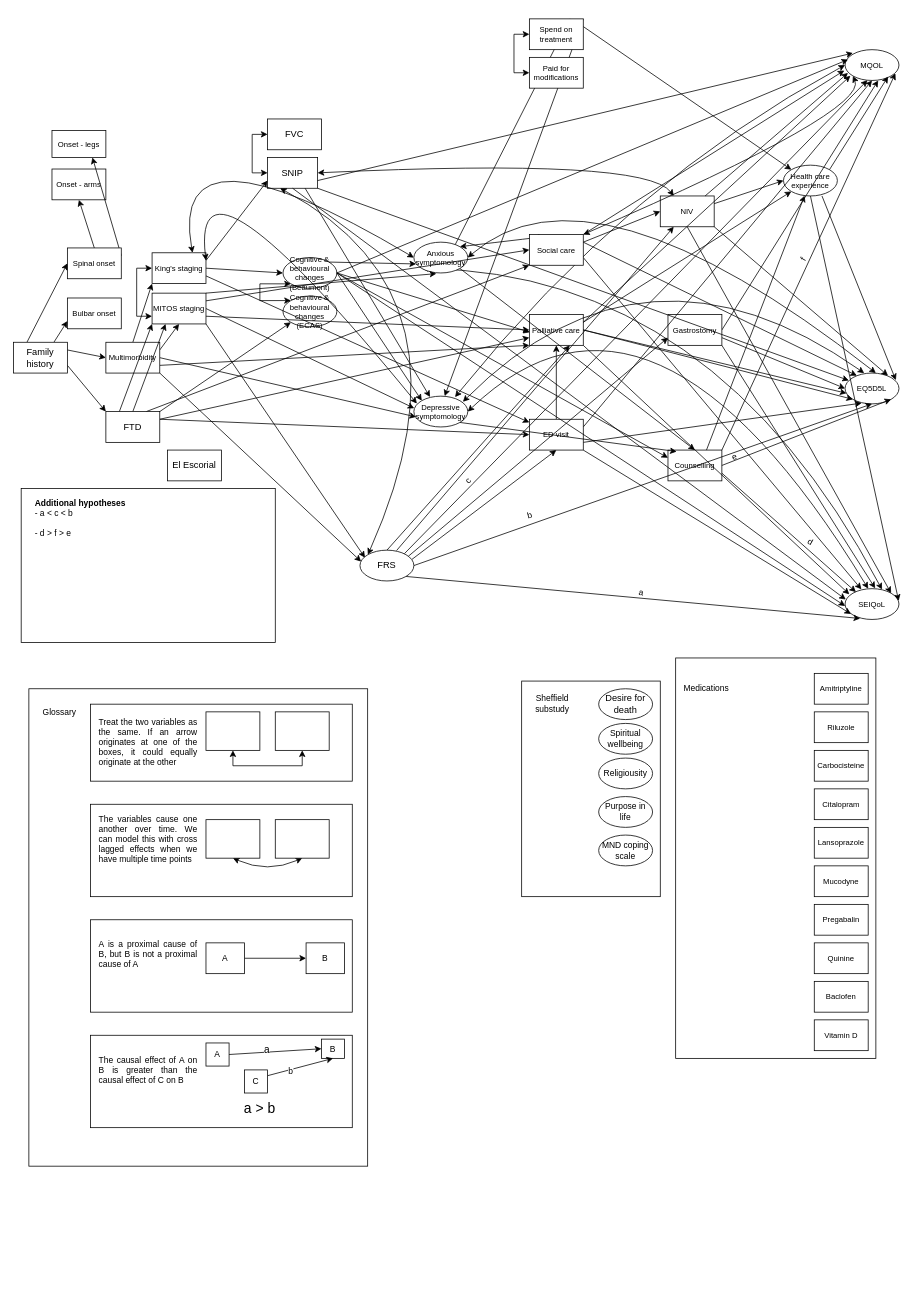
Above: QoL DAG.drawio in weinerrb/QualityOfLife (draw.io), before the change. Source tidied: cells renumbered, new cells numbered last; positions are measured from the earlier drawing's top-left corner, leaving out a move shared by most shapes. Both pictures are drawn from the tidied source at 77%, with x=0, y=0 at pixel (13, 18).
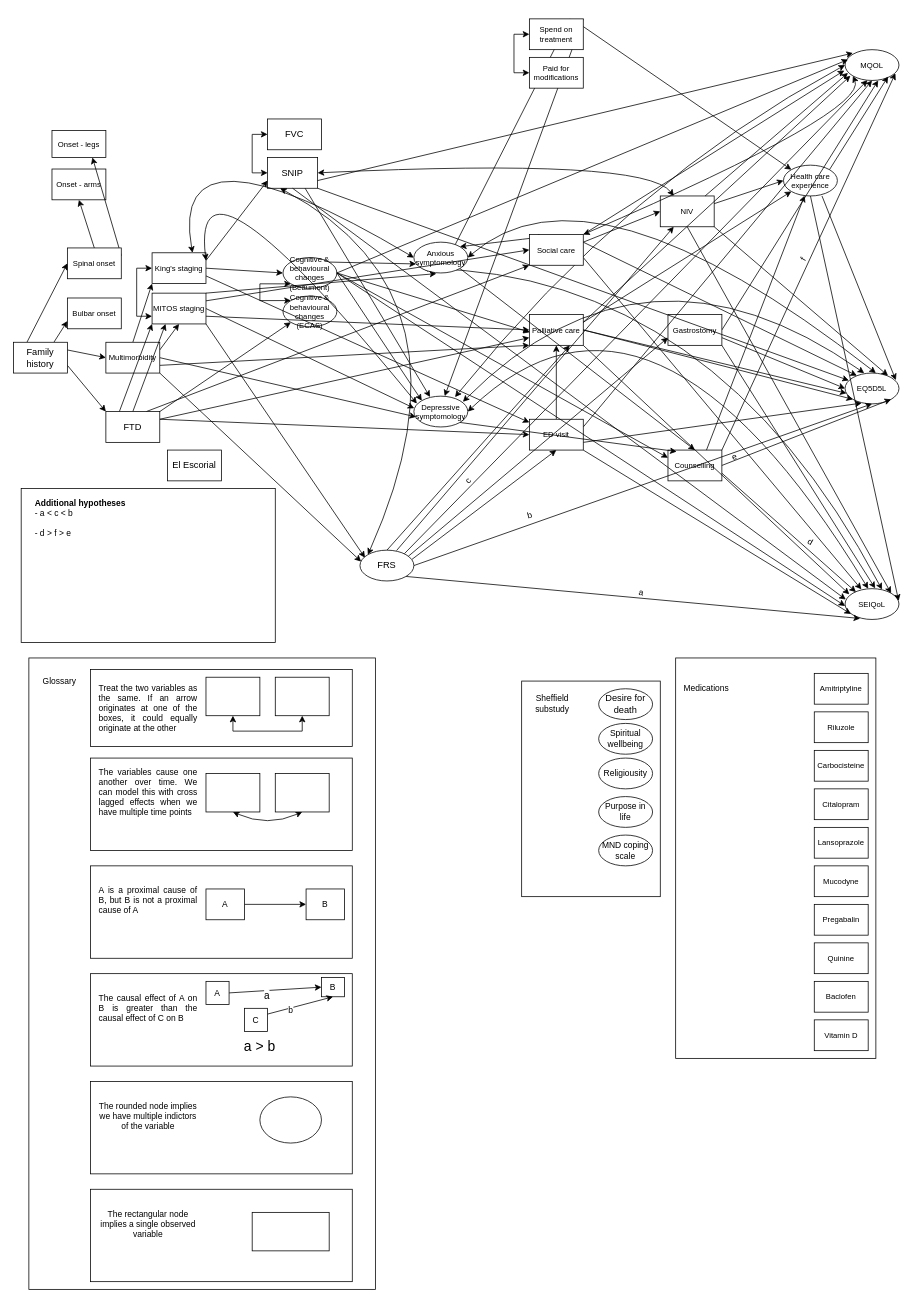
After the change.

Unchanged cells that the change refers to:
```xml
<mxCell id="156" style="edgeStyle=none;shape=connector;jettySize=auto;html=1;exitX=1;exitY=0.5;exitDx=0;exitDy=0;entryX=0;entryY=0.5;entryDx=0;entryDy=0;labelBackgroundColor=default;strokeColor=default;fontFamily=Helvetica;fontSize=11;fontColor=default;endArrow=classic;startArrow=none;startFill=0;rounded=0;" parent="1" edge="1" source="158" target="159">
  <mxGeometry relative="1" as="geometry" />
</mxCell>
```

Change to the diagram source:
```diff
@@
     <mxCell id="138" style="rounded=0;whiteSpace=wrap;html=1;fontFamily=Helvetica;fontSize=11;fontColor=default;" parent="1" vertex="1">
-      <mxGeometry x="20" y="870" width="440" height="620" as="geometry" />
+      <mxGeometry x="20" y="830" width="450" height="820" as="geometry" />
     </mxCell>
     <mxCell id="139" value="Glossary" style="text;html=1;strokeColor=none;fillColor=none;align=center;verticalAlign=middle;whiteSpace=wrap;rounded=0;fontSize=11;fontFamily=Helvetica;fontColor=default;" parent="1" vertex="1">
-      <mxGeometry x="30" y="885" width="60" height="30" as="geometry" />
+      <mxGeometry x="30" y="845" width="60" height="30" as="geometry" />
     </mxCell>
     <mxCell id="140" style="rounded=0;whiteSpace=wrap;html=1;fontFamily=Helvetica;fontSize=11;fontColor=default;" parent="1" vertex="1">
-      <mxGeometry x="100" y="890" width="340" height="100" as="geometry" />
+      <mxGeometry x="100" y="845" width="340" height="100" as="geometry" />
     </mxCell>
@@
     <mxCell id="142" style="rounded=0;whiteSpace=wrap;html=1;fontFamily=Helvetica;fontSize=11;fontColor=default;" parent="1" vertex="1">
-      <mxGeometry x="250" y="900" width="70" height="50" as="geometry" />
+      <mxGeometry x="250" y="855" width="70" height="50" as="geometry" />
     </mxCell>
     <mxCell id="143" style="rounded=0;whiteSpace=wrap;html=1;fontFamily=Helvetica;fontSize=11;fontColor=default;" parent="1" vertex="1">
-      <mxGeometry x="340" y="900" width="70" height="50" as="geometry" />
+      <mxGeometry x="340" y="855" width="70" height="50" as="geometry" />
     </mxCell>
     <mxCell id="144" value="&lt;div align=&quot;justify&quot;&gt;Treat the two variables as the same. If an arrow originates at one of the boxes, it could equally originate at the other&lt;/div&gt;" style="text;html=1;strokeColor=none;fillColor=none;align=center;verticalAlign=middle;whiteSpace=wrap;rounded=0;fontSize=11;fontFamily=Helvetica;fontColor=default;" parent="1" vertex="1">
-      <mxGeometry x="110" y="890" width="130" height="100" as="geometry" />
+      <mxGeometry x="110" y="845" width="130" height="100" as="geometry" />
     </mxCell>
     <mxCell id="145" style="rounded=0;whiteSpace=wrap;html=1;fontFamily=Helvetica;fontSize=11;fontColor=default;" parent="1" vertex="1">
-      <mxGeometry x="100" y="1020" width="340" height="120" as="geometry" />
+      <mxGeometry x="100" y="960" width="340" height="120" as="geometry" />
     </mxCell>
     <mxCell id="146" style="edgeStyle=none;shape=connector;jettySize=auto;html=1;exitX=0.5;exitY=1;exitDx=0;exitDy=0;entryX=0.5;entryY=1;entryDx=0;entryDy=0;labelBackgroundColor=default;strokeColor=default;fontFamily=Helvetica;fontSize=11;fontColor=default;endArrow=classic;curved=1;startArrow=classic;startFill=1;" parent="1" edge="1" source="147" target="148">
       <mxGeometry relative="1" as="geometry">
         <Array as="points">
-          <mxPoint x="330" y="1110" />
+          <mxPoint x="330" y="1050" />
         </Array>
       </mxGeometry>
     </mxCell>
     <mxCell id="147" style="rounded=0;whiteSpace=wrap;html=1;fontFamily=Helvetica;fontSize=11;fontColor=default;" parent="1" vertex="1">
-      <mxGeometry x="250" y="1040" width="70" height="50" as="geometry" />
+      <mxGeometry x="250" y="980" width="70" height="50" as="geometry" />
     </mxCell>
     <mxCell id="148" style="rounded=0;whiteSpace=wrap;html=1;fontFamily=Helvetica;fontSize=11;fontColor=default;" parent="1" vertex="1">
-      <mxGeometry x="340" y="1040" width="70" height="50" as="geometry" />
+      <mxGeometry x="340" y="980" width="70" height="50" as="geometry" />
     </mxCell>
     <mxCell id="149" value="&lt;div align=&quot;justify&quot;&gt;The variables cause one another over time. We can model this with cross lagged effects when we have multiple time points&lt;/div&gt;" style="text;html=1;strokeColor=none;fillColor=none;align=center;verticalAlign=middle;whiteSpace=wrap;rounded=0;fontSize=11;fontFamily=Helvetica;fontColor=default;" parent="1" vertex="1">
-      <mxGeometry x="110" y="1050" width="130" height="30" as="geometry" />
+      <mxGeometry x="110" y="990" width="130" height="30" as="geometry" />
     </mxCell>
     <mxCell id="150" style="rounded=0;whiteSpace=wrap;html=1;fontFamily=Helvetica;fontSize=11;fontColor=default;" parent="1" vertex="1">
-      <mxGeometry x="100" y="1170" width="340" height="120" as="geometry" />
+      <mxGeometry x="100" y="1100" width="340" height="120" as="geometry" />
     </mxCell>
@@
     <mxCell id="152" value="A" style="rounded=0;whiteSpace=wrap;html=1;fontFamily=Helvetica;fontSize=11;fontColor=default;" parent="1" vertex="1">
-      <mxGeometry x="250" y="1200" width="50" height="40" as="geometry" />
+      <mxGeometry x="250" y="1130" width="50" height="40" as="geometry" />
     </mxCell>
     <mxCell id="153" value="B" style="rounded=0;whiteSpace=wrap;html=1;fontFamily=Helvetica;fontSize=11;fontColor=default;" parent="1" vertex="1">
-      <mxGeometry x="380" y="1200" width="50" height="40" as="geometry" />
+      <mxGeometry x="380" y="1130" width="50" height="40" as="geometry" />
     </mxCell>
     <mxCell id="154" value="&lt;div align=&quot;justify&quot;&gt;A is a proximal cause of B, but B is not a proximal cause of A&lt;/div&gt;" style="text;html=1;strokeColor=none;fillColor=none;align=center;verticalAlign=middle;whiteSpace=wrap;rounded=0;fontSize=11;fontFamily=Helvetica;fontColor=default;" parent="1" vertex="1">
-      <mxGeometry x="110" y="1200" width="130" height="30" as="geometry" />
+      <mxGeometry x="110" y="1130" width="130" height="30" as="geometry" />
     </mxCell>
     <mxCell id="155" style="rounded=0;whiteSpace=wrap;html=1;fontFamily=Helvetica;fontSize=11;fontColor=default;" parent="1" vertex="1">
-      <mxGeometry x="100" y="1320" width="340" height="120" as="geometry" />
+      <mxGeometry x="100" y="1240" width="340" height="120" as="geometry" />
     </mxCell>
@@
     <mxCell id="157" value="a" style="edgeLabel;html=1;align=center;verticalAlign=middle;fontSize=13;fontFamily=Helvetica;fontColor=default;" parent="156" vertex="1">
       <mxGeometry x="-0.36" y="-1" relative="1" as="geometry">
-        <mxPoint x="11" y="-6" as="offset" />
+        <mxPoint x="11" y="4" as="offset" />
       </mxGeometry>
     </mxCell>
     <mxCell id="158" value="A" style="rounded=0;whiteSpace=wrap;html=1;fontFamily=Helvetica;fontSize=11;fontColor=default;" parent="1" vertex="1">
-      <mxGeometry x="250" y="1330" width="30" height="30" as="geometry" />
+      <mxGeometry x="250" y="1250" width="30" height="30" as="geometry" />
     </mxCell>
     <mxCell id="159" value="B" style="rounded=0;whiteSpace=wrap;html=1;fontFamily=Helvetica;fontSize=11;fontColor=default;" parent="1" vertex="1">
-      <mxGeometry x="400" y="1325" width="30" height="25" as="geometry" />
+      <mxGeometry x="400" y="1245" width="30" height="25" as="geometry" />
     </mxCell>
     <mxCell id="160" value="&lt;div align=&quot;justify&quot;&gt;The causal effect of A on B is greater than the causal effect of C on B&lt;/div&gt;" style="text;html=1;strokeColor=none;fillColor=none;align=center;verticalAlign=middle;whiteSpace=wrap;rounded=0;fontSize=11;fontFamily=Helvetica;fontColor=default;" parent="1" vertex="1">
-      <mxGeometry x="110" y="1350" width="130" height="30" as="geometry" />
+      <mxGeometry x="110" y="1270" width="130" height="30" as="geometry" />
     </mxCell>
@@
     <mxCell id="163" value="C" style="rounded=0;whiteSpace=wrap;html=1;fontFamily=Helvetica;fontSize=11;fontColor=default;" parent="1" vertex="1">
-      <mxGeometry x="300" y="1365" width="30" height="30" as="geometry" />
+      <mxGeometry x="300" y="1285" width="30" height="30" as="geometry" />
     </mxCell>
     <mxCell id="164" value="&lt;font style=&quot;font-size: 12px;&quot;&gt;&lt;font style=&quot;font-size: 13px;&quot;&gt;&lt;font style=&quot;font-size: 14px;&quot;&gt;&lt;font style=&quot;font-size: 15px;&quot;&gt;&lt;font style=&quot;font-size: 16px;&quot;&gt;&lt;font style=&quot;font-size: 17px;&quot;&gt;&lt;font style=&quot;font-size: 18px;&quot;&gt;a &amp;gt; b&lt;/font&gt;&lt;/font&gt;&lt;/font&gt;&lt;/font&gt;&lt;/font&gt;&lt;/font&gt;&lt;/font&gt;" style="text;html=1;strokeColor=none;fillColor=none;align=center;verticalAlign=middle;whiteSpace=wrap;rounded=0;fontSize=11;fontFamily=Helvetica;fontColor=default;" parent="1" vertex="1">
-      <mxGeometry x="290" y="1400" width="60" height="30" as="geometry" />
+      <mxGeometry x="290" y="1320" width="60" height="30" as="geometry" />
     </mxCell>
@@
+    <mxCell id="176" style="rounded=0;whiteSpace=wrap;html=1;fontFamily=Helvetica;fontSize=11;fontColor=default;" parent="1" vertex="1">
+      <mxGeometry x="100" y="1380" width="340" height="120" as="geometry" />
+    </mxCell>
+    <mxCell id="177" value="The rounded node implies we have multiple indictors of the variable" style="text;html=1;strokeColor=none;fillColor=none;align=center;verticalAlign=middle;whiteSpace=wrap;rounded=0;fontSize=11;fontFamily=Helvetica;fontColor=default;" parent="1" vertex="1">
+      <mxGeometry x="110" y="1410" width="130" height="30" as="geometry" />
+    </mxCell>
+    <mxCell id="178" style="ellipse;whiteSpace=wrap;html=1;" parent="1" vertex="1">
+      <mxGeometry x="320" y="1400" width="80" height="60" as="geometry" />
+    </mxCell>
+    <mxCell id="179" style="rounded=0;whiteSpace=wrap;html=1;fontFamily=Helvetica;fontSize=11;fontColor=default;" parent="1" vertex="1">
+      <mxGeometry x="100" y="1520" width="340" height="120" as="geometry" />
+    </mxCell>
+    <mxCell id="180" value="The rectangular node implies a single observed variable" style="text;html=1;strokeColor=none;fillColor=none;align=center;verticalAlign=middle;whiteSpace=wrap;rounded=0;fontSize=11;fontFamily=Helvetica;fontColor=default;" parent="1" vertex="1">
+      <mxGeometry x="110" y="1550" width="130" height="30" as="geometry" />
+    </mxCell>
+    <mxCell id="181" style="rounded=0;whiteSpace=wrap;html=1;" parent="1" vertex="1">
+      <mxGeometry x="310" y="1550" width="100" height="50" as="geometry" />
+    </mxCell>
```
